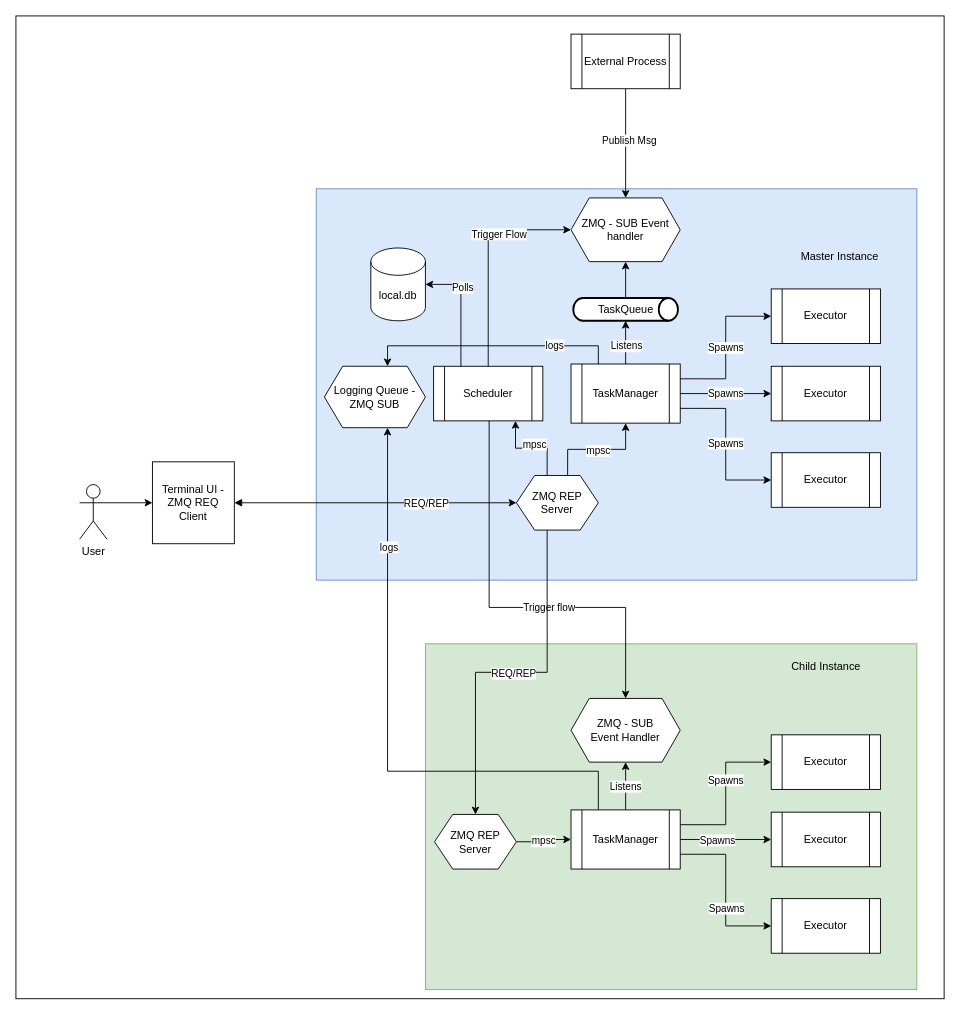
nicelgueta/cdktr keeps this draw.io diagram as Conducktor Architecture.drawio. Above is the earlier version. Source tidied: cells renumbered, new cells numbered last; positions are measured from the earlier drawing's top-left corner, leaving out a move shared by most shapes. Both pictures are drawn from the tidied source at 91%, with x=0, y=0 at pixel (15, 15).
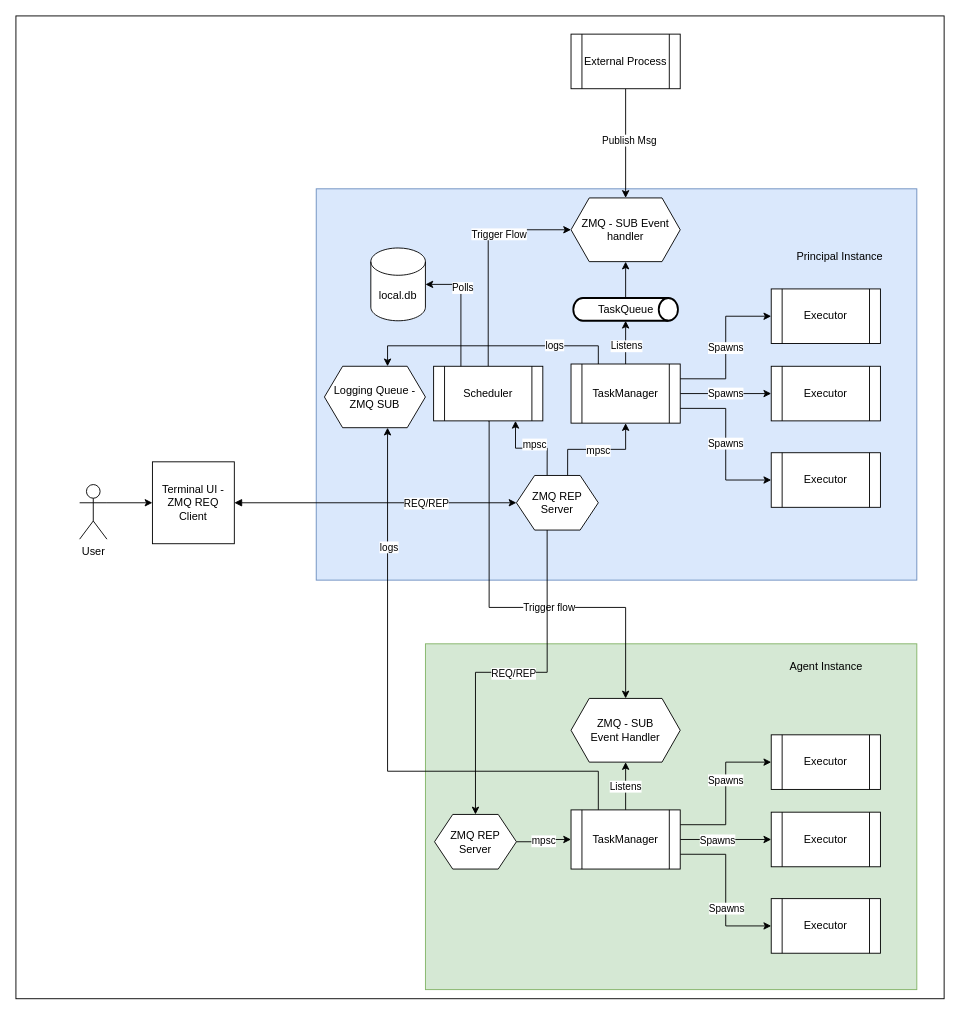
Above is the later version.

What changed in the source:
```diff
@@
-    <mxCell id="24" value="Master Instance" style="text;html=1;align=center;verticalAlign=middle;strokeColor=none;fillColor=none;" parent="1" vertex="1">
-      <mxGeometry x="850" y="250" width="110" height="30" as="geometry" />
+    <mxCell id="24" value="Principal Instance" style="text;html=1;align=center;verticalAlign=middle;strokeColor=none;fillColor=none;" parent="1" vertex="1">
+      <mxGeometry x="845" y="250" width="120" height="30" as="geometry" />
     </mxCell>
@@
-    <mxCell id="27" value="Child Instance" style="text;html=1;align=center;verticalAlign=middle;strokeColor=none;fillColor=none;" parent="1" vertex="1">
+    <mxCell id="27" value="Agent Instance" style="text;html=1;align=center;verticalAlign=middle;strokeColor=none;fillColor=none;" parent="1" vertex="1">
       <mxGeometry x="840" y="700" width="100" height="30" as="geometry" />
     </mxCell>
```
